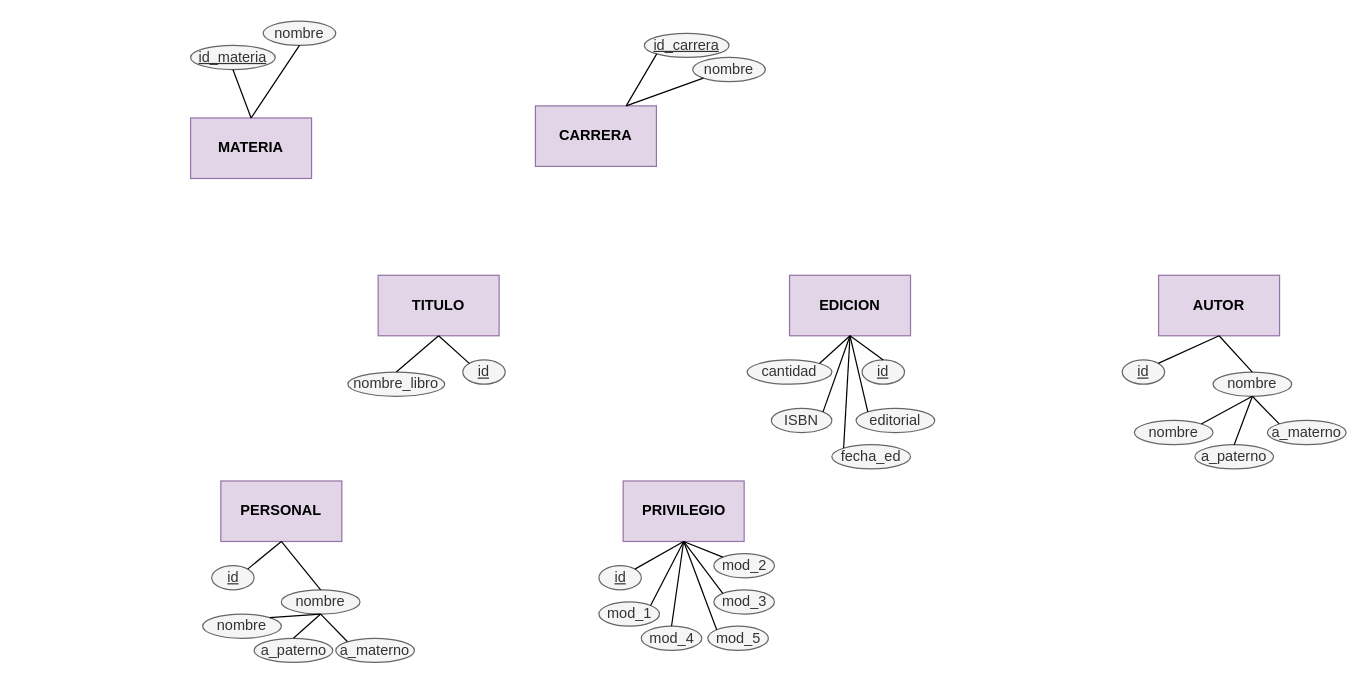
Before: Diagrama ER TBD Biblio.drawio in misiomishi/itcj, a draw.io diagram. Source tidied: cells renumbered, new cells numbered last; positions are measured from the earlier drawing's top-left corner, leaving out a move shared by most shapes. Both pictures are drawn from the tidied source at 121%, with x=0, y=0 at pixel (190, 21).
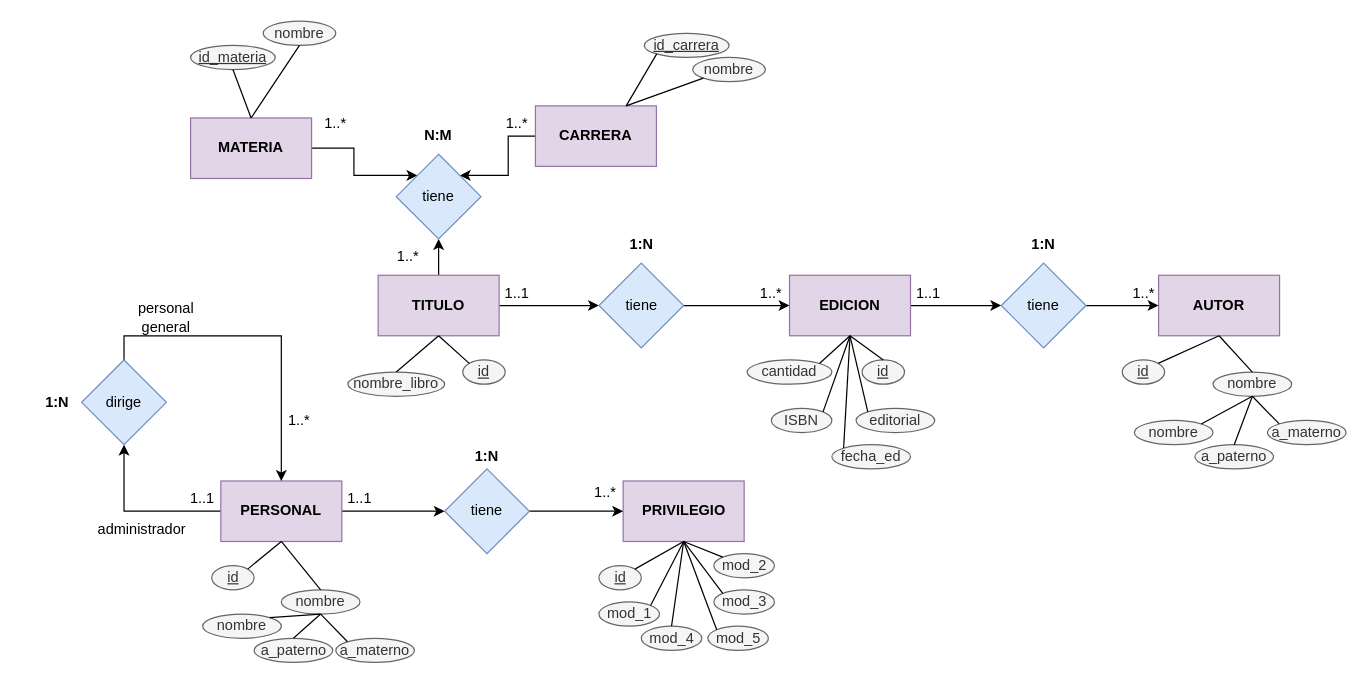
The same page after the edit.

Unchanged cells that the change refers to:
```xml
<mxCell id="2" value="TITULO" style="rounded=0;whiteSpace=wrap;html=1;fillColor=#e1d5e7;strokeColor=#9673a6;fontStyle=1;" parent="1" vertex="1">
  <mxGeometry x="155" y="210" width="100" height="50" as="geometry" />
</mxCell>
<mxCell id="3" value="PERSONAL" style="rounded=0;whiteSpace=wrap;html=1;fillColor=#e1d5e7;strokeColor=#9673a6;fontStyle=1;" parent="1" vertex="1">
  <mxGeometry x="25" y="380" width="100" height="50" as="geometry" />
</mxCell>
<mxCell id="4" value="CARRERA" style="rounded=0;whiteSpace=wrap;html=1;fillColor=#e1d5e7;strokeColor=#9673a6;fontStyle=1;" parent="1" vertex="1">
  <mxGeometry x="285" y="70" width="100" height="50" as="geometry" />
</mxCell>
<mxCell id="5" value="MATERIA" style="rounded=0;whiteSpace=wrap;html=1;fillColor=#e1d5e7;strokeColor=#9673a6;fontStyle=1;" parent="1" vertex="1">
  <mxGeometry y="80" width="100" height="50" as="geometry" />
</mxCell>
<mxCell id="14" value="PRIVILEGIO" style="rounded=0;whiteSpace=wrap;html=1;fillColor=#e1d5e7;strokeColor=#9673a6;fontStyle=1;" parent="1" vertex="1">
  <mxGeometry x="357.5" y="380" width="100" height="50" as="geometry" />
</mxCell>
<mxCell id="15" value="EDICION" style="rounded=0;whiteSpace=wrap;html=1;fillColor=#e1d5e7;strokeColor=#9673a6;fontStyle=1;" parent="1" vertex="1">
  <mxGeometry x="495" y="210" width="100" height="50" as="geometry" />
</mxCell>
<mxCell id="16" value="AUTOR" style="rounded=0;whiteSpace=wrap;html=1;fillColor=#e1d5e7;strokeColor=#9673a6;fontStyle=1;" parent="1" vertex="1">
  <mxGeometry x="800" y="210" width="100" height="50" as="geometry" />
</mxCell>
```

The edit, as a diff of the source:
```diff
@@
+    <mxCell id="63" style="edgeStyle=orthogonalEdgeStyle;rounded=0;jettySize=auto;html=1;exitX=1;exitY=0.5;exitDx=0;exitDy=0;entryX=0;entryY=0.5;entryDx=0;entryDy=0;" parent="1" edge="1" source="2" target="71">
+      <mxGeometry relative="1" as="geometry" />
+    </mxCell>
+    <mxCell id="64" style="edgeStyle=orthogonalEdgeStyle;rounded=0;jettySize=auto;html=1;exitX=0.5;exitY=0;exitDx=0;exitDy=0;entryX=0.5;entryY=1;entryDx=0;entryDy=0;" parent="1" edge="1" source="2" target="72">
+      <mxGeometry relative="1" as="geometry" />
+    </mxCell>
@@
+    <mxCell id="65" style="edgeStyle=orthogonalEdgeStyle;rounded=0;jettySize=auto;html=1;exitX=1;exitY=0.5;exitDx=0;exitDy=0;entryX=0;entryY=0.5;entryDx=0;entryDy=0;" parent="1" edge="1" source="3" target="76">
+      <mxGeometry relative="1" as="geometry" />
+    </mxCell>
+    <mxCell id="66" style="edgeStyle=orthogonalEdgeStyle;rounded=0;jettySize=auto;html=1;exitX=0;exitY=0.5;exitDx=0;exitDy=0;entryX=0.5;entryY=1;entryDx=0;entryDy=0;" parent="1" edge="1" source="3" target="78">
+      <mxGeometry relative="1" as="geometry" />
+    </mxCell>
@@
+    <mxCell id="67" style="edgeStyle=orthogonalEdgeStyle;rounded=0;jettySize=auto;html=1;exitX=0;exitY=0.5;exitDx=0;exitDy=0;entryX=1;entryY=0;entryDx=0;entryDy=0;" parent="1" edge="1" source="4" target="72">
+      <mxGeometry relative="1" as="geometry" />
+    </mxCell>
@@
+    <mxCell id="68" style="edgeStyle=orthogonalEdgeStyle;rounded=0;jettySize=auto;html=1;exitX=1;exitY=0.5;exitDx=0;exitDy=0;entryX=0;entryY=0;entryDx=0;entryDy=0;" parent="1" edge="1" source="5" target="72">
+      <mxGeometry relative="1" as="geometry" />
+    </mxCell>
@@
+    <mxCell id="69" style="edgeStyle=orthogonalEdgeStyle;rounded=0;jettySize=auto;html=1;exitX=1;exitY=0.5;exitDx=0;exitDy=0;entryX=0;entryY=0.5;entryDx=0;entryDy=0;" parent="1" edge="1" source="15" target="74">
+      <mxGeometry relative="1" as="geometry" />
+    </mxCell>
@@
+    <mxCell id="70" style="edgeStyle=orthogonalEdgeStyle;rounded=0;jettySize=auto;html=1;exitX=1;exitY=0.5;exitDx=0;exitDy=0;entryX=0;entryY=0.5;entryDx=0;entryDy=0;" parent="1" edge="1" source="71" target="15">
+      <mxGeometry relative="1" as="geometry" />
+    </mxCell>
+    <mxCell id="71" value="tiene" style="rhombus;whiteSpace=wrap;html=1;fillColor=#dae8fc;strokeColor=#6c8ebf;" parent="1" vertex="1">
+      <mxGeometry x="337.5" y="200" width="70" height="70" as="geometry" />
+    </mxCell>
+    <mxCell id="72" value="tiene" style="rhombus;whiteSpace=wrap;html=1;fillColor=#dae8fc;strokeColor=#6c8ebf;" parent="1" vertex="1">
+      <mxGeometry x="170" y="110" width="70" height="70" as="geometry" />
+    </mxCell>
+    <mxCell id="73" style="edgeStyle=orthogonalEdgeStyle;rounded=0;jettySize=auto;html=1;exitX=1;exitY=0.5;exitDx=0;exitDy=0;entryX=0;entryY=0.5;entryDx=0;entryDy=0;" parent="1" edge="1" source="74" target="16">
+      <mxGeometry relative="1" as="geometry" />
+    </mxCell>
+    <mxCell id="74" value="tiene" style="rhombus;whiteSpace=wrap;html=1;fillColor=#dae8fc;strokeColor=#6c8ebf;" parent="1" vertex="1">
+      <mxGeometry x="670" y="200" width="70" height="70" as="geometry" />
+    </mxCell>
+    <mxCell id="75" style="edgeStyle=orthogonalEdgeStyle;rounded=0;jettySize=auto;html=1;exitX=1;exitY=0.5;exitDx=0;exitDy=0;entryX=0;entryY=0.5;entryDx=0;entryDy=0;" parent="1" edge="1" source="76" target="14">
+      <mxGeometry relative="1" as="geometry" />
+    </mxCell>
+    <mxCell id="76" value="tiene" style="rhombus;whiteSpace=wrap;html=1;fillColor=#dae8fc;strokeColor=#6c8ebf;" parent="1" vertex="1">
+      <mxGeometry x="210" y="370" width="70" height="70" as="geometry" />
+    </mxCell>
+    <mxCell id="77" style="edgeStyle=orthogonalEdgeStyle;rounded=0;jettySize=auto;html=1;exitX=0.5;exitY=0;exitDx=0;exitDy=0;entryX=0.5;entryY=0;entryDx=0;entryDy=0;" parent="1" edge="1" source="78" target="3">
+      <mxGeometry relative="1" as="geometry" />
+    </mxCell>
+    <mxCell id="78" value="dirige" style="rhombus;whiteSpace=wrap;html=1;fillColor=#dae8fc;strokeColor=#6c8ebf;" parent="1" vertex="1">
+      <mxGeometry x="-90" y="280" width="70" height="70" as="geometry" />
+    </mxCell>
+    <mxCell id="79" value="1..*" style="text;html=1;strokeColor=none;fillColor=none;align=center;verticalAlign=middle;whiteSpace=wrap;rounded=0;" parent="1" vertex="1">
+      <mxGeometry x="150" y="180" width="60" height="30" as="geometry" />
+    </mxCell>
+    <mxCell id="80" value="1..*" style="text;html=1;strokeColor=none;fillColor=none;align=center;verticalAlign=middle;whiteSpace=wrap;rounded=0;" parent="1" vertex="1">
+      <mxGeometry x="90" y="70" width="60" height="30" as="geometry" />
+    </mxCell>
+    <mxCell id="81" value="1..*" style="text;html=1;strokeColor=none;fillColor=none;align=center;verticalAlign=middle;whiteSpace=wrap;rounded=0;" parent="1" vertex="1">
+      <mxGeometry x="240" y="70" width="60" height="30" as="geometry" />
+    </mxCell>
+    <mxCell id="82" value="N:M" style="text;html=1;strokeColor=none;fillColor=none;align=center;verticalAlign=middle;whiteSpace=wrap;rounded=0;fontStyle=1;" parent="1" vertex="1">
+      <mxGeometry x="175" y="80" width="60" height="30" as="geometry" />
+    </mxCell>
+    <mxCell id="83" value="1:N" style="text;html=1;strokeColor=none;fillColor=none;align=center;verticalAlign=middle;whiteSpace=wrap;rounded=0;fontStyle=1;" parent="1" vertex="1">
+      <mxGeometry x="342.5" y="170" width="60" height="30" as="geometry" />
+    </mxCell>
+    <mxCell id="84" value="1..*" style="text;html=1;strokeColor=none;fillColor=none;align=center;verticalAlign=middle;whiteSpace=wrap;rounded=0;" parent="1" vertex="1">
+      <mxGeometry x="450" y="210" width="60" height="30" as="geometry" />
+    </mxCell>
+    <mxCell id="85" value="1..1" style="text;html=1;strokeColor=none;fillColor=none;align=center;verticalAlign=middle;whiteSpace=wrap;rounded=0;" parent="1" vertex="1">
+      <mxGeometry x="240" y="210" width="60" height="30" as="geometry" />
+    </mxCell>
+    <mxCell id="86" value="1:N" style="text;html=1;strokeColor=none;fillColor=none;align=center;verticalAlign=middle;whiteSpace=wrap;rounded=0;fontStyle=1;" parent="1" vertex="1">
+      <mxGeometry x="675" y="170" width="60" height="30" as="geometry" />
+    </mxCell>
+    <mxCell id="87" value="1..1" style="text;html=1;strokeColor=none;fillColor=none;align=center;verticalAlign=middle;whiteSpace=wrap;rounded=0;" parent="1" vertex="1">
+      <mxGeometry x="580" y="210" width="60" height="30" as="geometry" />
+    </mxCell>
+    <mxCell id="88" value="1..*" style="text;html=1;strokeColor=none;fillColor=none;align=center;verticalAlign=middle;whiteSpace=wrap;rounded=0;" parent="1" vertex="1">
+      <mxGeometry x="757.5" y="210" width="60" height="30" as="geometry" />
+    </mxCell>
+    <mxCell id="89" value="1:N" style="text;html=1;strokeColor=none;fillColor=none;align=center;verticalAlign=middle;whiteSpace=wrap;rounded=0;fontStyle=1;" parent="1" vertex="1">
+      <mxGeometry x="215" y="345" width="60" height="30" as="geometry" />
+    </mxCell>
+    <mxCell id="90" value="1:N" style="text;html=1;strokeColor=none;fillColor=none;align=center;verticalAlign=middle;whiteSpace=wrap;rounded=0;fontStyle=1;" parent="1" vertex="1">
+      <mxGeometry x="-140" y="300" width="60" height="30" as="geometry" />
+    </mxCell>
+    <mxCell id="91" value="1..1" style="text;html=1;strokeColor=none;fillColor=none;align=center;verticalAlign=middle;whiteSpace=wrap;rounded=0;" parent="1" vertex="1">
+      <mxGeometry x="110" y="380" width="60" height="30" as="geometry" />
+    </mxCell>
+    <mxCell id="92" value="1..*" style="text;html=1;strokeColor=none;fillColor=none;align=center;verticalAlign=middle;whiteSpace=wrap;rounded=0;" parent="1" vertex="1">
+      <mxGeometry x="312.5" y="375" width="60" height="30" as="geometry" />
+    </mxCell>
+    <mxCell id="93" value="1..1" style="text;html=1;strokeColor=none;fillColor=none;align=center;verticalAlign=middle;whiteSpace=wrap;rounded=0;" parent="1" vertex="1">
+      <mxGeometry x="-20" y="380" width="60" height="30" as="geometry" />
+    </mxCell>
+    <mxCell id="94" value="1..*" style="text;html=1;strokeColor=none;fillColor=none;align=center;verticalAlign=middle;whiteSpace=wrap;rounded=0;" parent="1" vertex="1">
+      <mxGeometry x="60" y="315" width="60" height="30" as="geometry" />
+    </mxCell>
+    <mxCell id="95" value="administrador" style="text;html=1;strokeColor=none;fillColor=none;align=center;verticalAlign=middle;whiteSpace=wrap;rounded=0;" parent="1" vertex="1">
+      <mxGeometry x="-70" y="405" width="60" height="30" as="geometry" />
+    </mxCell>
+    <mxCell id="96" value="personal general" style="text;html=1;strokeColor=none;fillColor=none;align=center;verticalAlign=middle;whiteSpace=wrap;rounded=0;" parent="1" vertex="1">
+      <mxGeometry x="-50" y="230" width="60" height="30" as="geometry" />
+    </mxCell>
```
